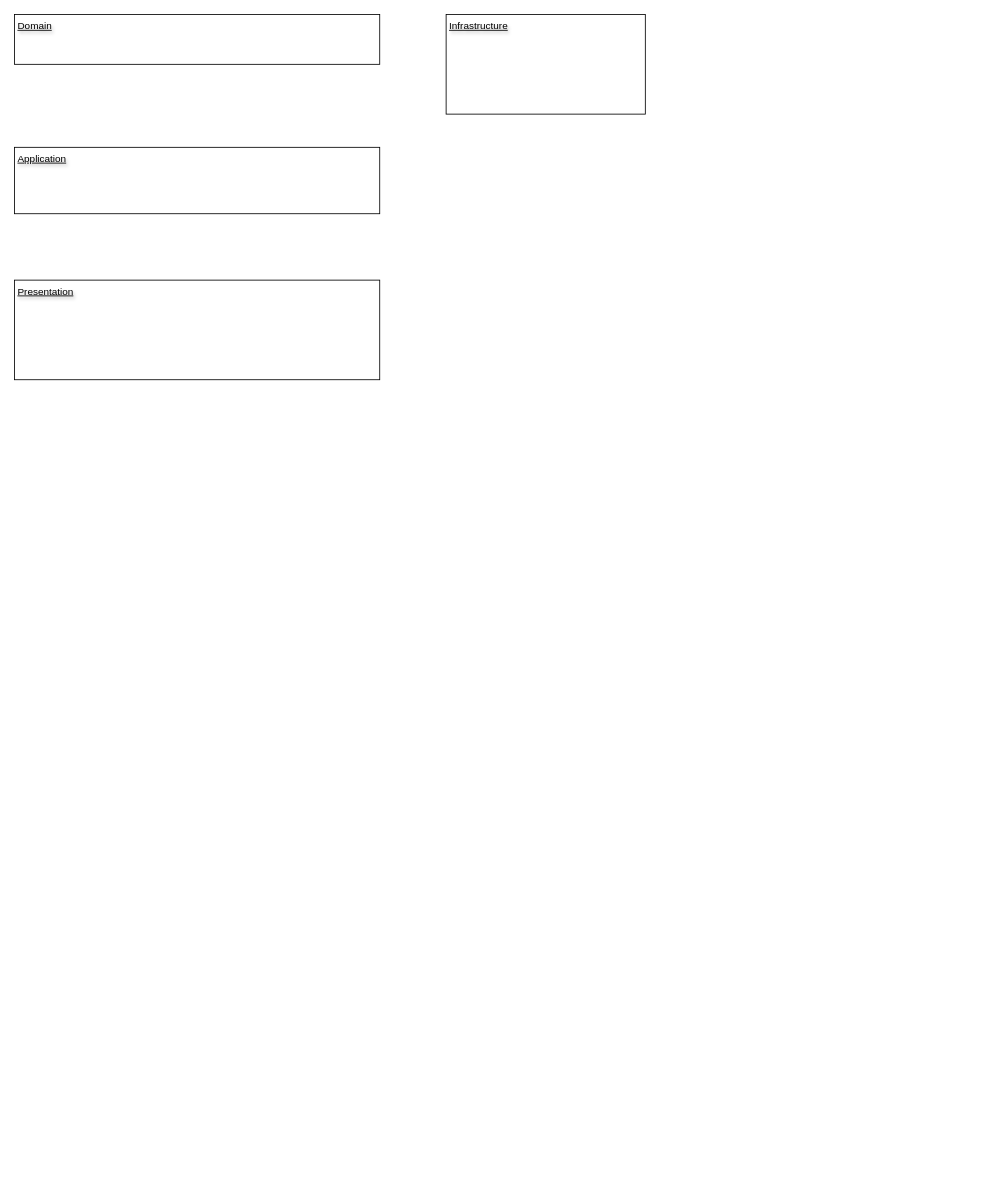
Earlier version of the draw.io diagram books/ushibutatory-gamedev-5/architecture.drawio (ushibutatory/tech-images). Source tidied: cells renumbered, new cells numbered last; positions are measured from the earlier drawing's top-left corner, leaving out a move shared by most shapes. Both pictures are drawn from the tidied source at 83%, with x=0, y=0 at pixel (14, 14).
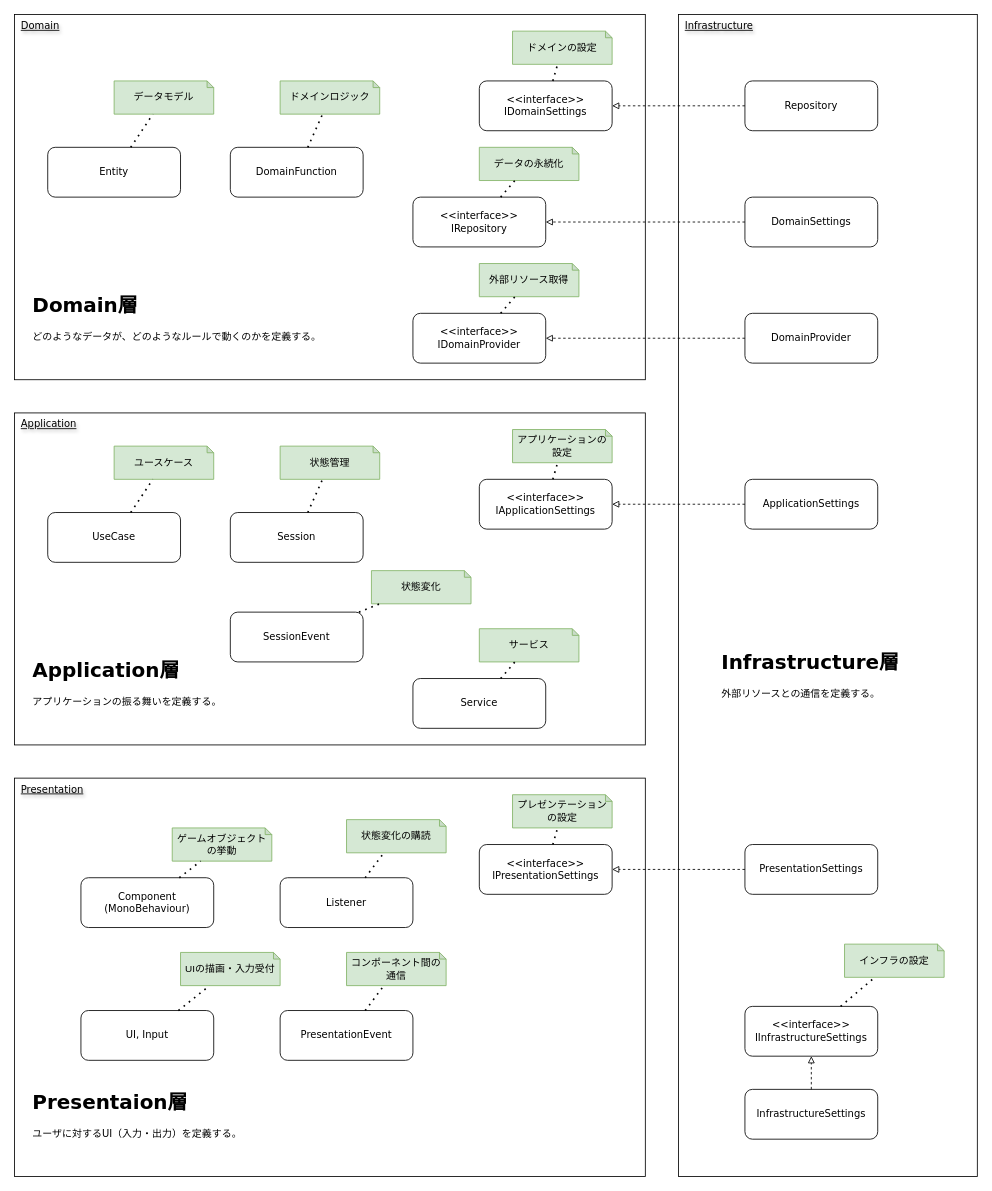
After the change.

What changed in the source:
```diff
@@
-    <mxCell id="2" value="Domain" style="rounded=0;html=1;verticalAlign=top;align=left;spacingTop=0;spacingLeft=2;fontStyle=4;labelBorderColor=none;labelBackgroundColor=none;textShadow=1;whiteSpace=wrap;fillColor=none;" parent="1" vertex="1">
-      <mxGeometry width="440" height="60" as="geometry" />
+    <mxCell id="2" value="Domain" style="rounded=0;html=1;verticalAlign=top;align=left;spacingTop=0;spacingLeft=6;fontStyle=4;labelBorderColor=none;labelBackgroundColor=none;textShadow=1;whiteSpace=wrap;fillColor=none;fontFamily=Verdana;" parent="1" vertex="1">
+      <mxGeometry width="760" height="440" as="geometry" />
     </mxCell>
-    <mxCell id="3" value="Application" style="rounded=0;html=1;verticalAlign=top;align=left;spacingTop=0;spacingLeft=2;fontStyle=4;labelBorderColor=none;labelBackgroundColor=none;textShadow=1;whiteSpace=wrap;fillColor=none;" parent="1" vertex="1">
-      <mxGeometry y="160" width="440" height="80" as="geometry" />
+    <mxCell id="3" value="Application" style="rounded=0;html=1;verticalAlign=top;align=left;spacingTop=0;spacingLeft=6;fontStyle=4;labelBorderColor=none;labelBackgroundColor=none;textShadow=1;whiteSpace=wrap;fillColor=none;fontFamily=Verdana;" parent="1" vertex="1">
+      <mxGeometry y="480" width="760" height="400" as="geometry" />
     </mxCell>
-    <mxCell id="4" value="Presentation" style="rounded=0;html=1;verticalAlign=top;align=left;spacingTop=0;spacingLeft=2;fontStyle=4;labelBorderColor=none;labelBackgroundColor=none;textShadow=1;whiteSpace=wrap;fillColor=none;" parent="1" vertex="1">
-      <mxGeometry y="320" width="440" height="120" as="geometry" />
+    <mxCell id="4" value="Presentation" style="rounded=0;html=1;verticalAlign=top;align=left;spacingTop=0;spacingLeft=6;fontStyle=4;labelBorderColor=none;labelBackgroundColor=none;textShadow=1;whiteSpace=wrap;fillColor=none;fontFamily=Verdana;" parent="1" vertex="1">
+      <mxGeometry y="920" width="760" height="480" as="geometry" />
     </mxCell>
-    <mxCell id="5" value="Infrastructure" style="rounded=0;html=1;verticalAlign=top;align=left;spacingTop=0;spacingLeft=2;fontStyle=4;labelBorderColor=none;labelBackgroundColor=none;textShadow=1;whiteSpace=wrap;fillColor=none;" parent="1" vertex="1">
-      <mxGeometry x="520" width="240" height="120" as="geometry" />
+    <mxCell id="5" value="Infrastructure" style="rounded=0;html=1;verticalAlign=top;align=left;spacingTop=0;spacingLeft=6;fontStyle=4;labelBorderColor=none;labelBackgroundColor=none;textShadow=1;whiteSpace=wrap;fillColor=none;fontFamily=Verdana;" parent="1" vertex="1">
+      <mxGeometry x="800" width="360" height="1400" as="geometry" />
     </mxCell>
+    <mxCell id="6" value="Entity" style="rounded=1;whiteSpace=wrap;html=1;fontFamily=Verdana;" parent="1" vertex="1">
+      <mxGeometry x="40" y="160" width="160" height="60" as="geometry" />
+    </mxCell>
+    <mxCell id="7" value="DomainFunction" style="rounded=1;whiteSpace=wrap;html=1;fontFamily=Verdana;" parent="1" vertex="1">
+      <mxGeometry x="260" y="160" width="160" height="60" as="geometry" />
+    </mxCell>
+    <mxCell id="8" value="&amp;lt;&amp;lt;interface&amp;gt;&amp;gt;&lt;br&gt;IRepository" style="rounded=1;whiteSpace=wrap;html=1;fontFamily=Verdana;" parent="1" vertex="1">
+      <mxGeometry x="480" y="220" width="160" height="60" as="geometry" />
+    </mxCell>
+    <mxCell id="9" value="&amp;lt;&amp;lt;interface&amp;gt;&amp;gt;&lt;br&gt;IDomainSettings" style="rounded=1;whiteSpace=wrap;html=1;fontFamily=Verdana;" parent="1" vertex="1">
+      <mxGeometry x="560" y="80" width="160" height="60" as="geometry" />
+    </mxCell>
+    <mxCell id="10" value="&amp;lt;&amp;lt;interface&amp;gt;&amp;gt;&lt;br&gt;IDomainProvider" style="rounded=1;whiteSpace=wrap;html=1;fontFamily=Verdana;" parent="1" vertex="1">
+      <mxGeometry x="480" y="360" width="160" height="60" as="geometry" />
+    </mxCell>
+    <mxCell id="11" value="UseCase" style="rounded=1;whiteSpace=wrap;html=1;fontFamily=Verdana;" parent="1" vertex="1">
+      <mxGeometry x="40" y="600" width="160" height="60" as="geometry" />
+    </mxCell>
+    <mxCell id="12" value="Service" style="rounded=1;whiteSpace=wrap;html=1;fontFamily=Verdana;" parent="1" vertex="1">
+      <mxGeometry x="480" y="800" width="160" height="60" as="geometry" />
+    </mxCell>
+    <mxCell id="13" value="Session" style="rounded=1;whiteSpace=wrap;html=1;fontFamily=Verdana;" parent="1" vertex="1">
+      <mxGeometry x="260" y="600" width="160" height="60" as="geometry" />
+    </mxCell>
+    <mxCell id="14" value="SessionEvent" style="rounded=1;whiteSpace=wrap;html=1;fontFamily=Verdana;" parent="1" vertex="1">
+      <mxGeometry x="260" y="720" width="160" height="60" as="geometry" />
+    </mxCell>
+    <mxCell id="15" value="&amp;lt;&amp;lt;interface&amp;gt;&amp;gt;&lt;br&gt;IApplicationSettings" style="rounded=1;whiteSpace=wrap;html=1;fontFamily=Verdana;" parent="1" vertex="1">
+      <mxGeometry x="560" y="560" width="160" height="60" as="geometry" />
+    </mxCell>
+    <mxCell id="16" value="Component&lt;br&gt;(MonoBehaviour)" style="rounded=1;whiteSpace=wrap;html=1;fontFamily=Verdana;" parent="1" vertex="1">
+      <mxGeometry x="80" y="1040" width="160" height="60" as="geometry" />
+    </mxCell>
+    <mxCell id="17" value="UI, Input" style="rounded=1;whiteSpace=wrap;html=1;fontFamily=Verdana;" parent="1" vertex="1">
+      <mxGeometry x="80" y="1200" width="160" height="60" as="geometry" />
+    </mxCell>
+    <mxCell id="18" value="PresentationEvent" style="rounded=1;whiteSpace=wrap;html=1;fontFamily=Verdana;" parent="1" vertex="1">
+      <mxGeometry x="320" y="1200" width="160" height="60" as="geometry" />
+    </mxCell>
+    <mxCell id="19" value="&amp;lt;&amp;lt;interface&amp;gt;&amp;gt;&lt;br&gt;IPresentationSettings" style="rounded=1;whiteSpace=wrap;html=1;fontFamily=Verdana;" parent="1" vertex="1">
+      <mxGeometry x="560" y="1000" width="160" height="60" as="geometry" />
+    </mxCell>
+    <mxCell id="20" value="Repository" style="rounded=1;whiteSpace=wrap;html=1;fontFamily=Verdana;" parent="1" vertex="1">
+      <mxGeometry x="880" y="80" width="160" height="60" as="geometry" />
+    </mxCell>
+    <mxCell id="21" value="DomainSettings" style="rounded=1;whiteSpace=wrap;html=1;fontFamily=Verdana;" parent="1" vertex="1">
+      <mxGeometry x="880" y="220" width="160" height="60" as="geometry" />
+    </mxCell>
+    <mxCell id="22" value="DomainProvider" style="rounded=1;whiteSpace=wrap;html=1;fontFamily=Verdana;" parent="1" vertex="1">
+      <mxGeometry x="880" y="360" width="160" height="60" as="geometry" />
+    </mxCell>
+    <mxCell id="23" value="ApplicationSettings" style="rounded=1;whiteSpace=wrap;html=1;fontFamily=Verdana;" parent="1" vertex="1">
+      <mxGeometry x="880" y="560" width="160" height="60" as="geometry" />
+    </mxCell>
+    <mxCell id="24" style="endArrow=block;html=1;dashed=1;endFill=0;" parent="1" edge="1" source="20" target="9">
+      <mxGeometry relative="1" as="geometry" />
+    </mxCell>
+    <mxCell id="25" style="endArrow=block;html=1;dashed=1;endFill=0;" parent="1" edge="1" source="21" target="8">
+      <mxGeometry relative="1" as="geometry" />
+    </mxCell>
+    <mxCell id="26" style="endArrow=block;html=1;dashed=1;endFill=0;" parent="1" edge="1" source="22" target="10">
+      <mxGeometry relative="1" as="geometry" />
+    </mxCell>
+    <mxCell id="27" style="endArrow=block;html=1;dashed=1;endFill=0;" parent="1" edge="1" source="23" target="15">
+      <mxGeometry relative="1" as="geometry" />
+    </mxCell>
+    <mxCell id="28" value="PresentationSettings" style="rounded=1;whiteSpace=wrap;html=1;fontFamily=Verdana;" parent="1" vertex="1">
+      <mxGeometry x="880" y="1000" width="160" height="60" as="geometry" />
+    </mxCell>
+    <mxCell id="29" style="endArrow=block;html=1;dashed=1;endFill=0;" parent="1" edge="1" source="28" target="19">
+      <mxGeometry relative="1" as="geometry" />
+    </mxCell>
+    <mxCell id="30" value="&amp;lt;&amp;lt;interface&amp;gt;&amp;gt;&lt;br&gt;IInfrastructureSettings" style="rounded=1;whiteSpace=wrap;html=1;fontFamily=Verdana;" parent="1" vertex="1">
+      <mxGeometry x="880" y="1195" width="160" height="60" as="geometry" />
+    </mxCell>
+    <mxCell id="31" value="InfrastructureSettings" style="rounded=1;whiteSpace=wrap;html=1;fontFamily=Verdana;" parent="1" vertex="1">
+      <mxGeometry x="880" y="1295" width="160" height="60" as="geometry" />
+    </mxCell>
+    <mxCell id="32" style="endArrow=block;html=1;dashed=1;endFill=0;" parent="1" edge="1" source="31" target="30">
+      <mxGeometry relative="1" as="geometry" />
+    </mxCell>
+    <mxCell id="33" value="Listener" style="rounded=1;whiteSpace=wrap;html=1;fontFamily=Verdana;" parent="1" vertex="1">
+      <mxGeometry x="320" y="1040" width="160" height="60" as="geometry" />
+    </mxCell>
+    <mxCell id="34" value="データモデル" style="shape=note;whiteSpace=wrap;html=1;backgroundOutline=1;darkOpacity=0.05;fillColor=#d5e8d4;strokeColor=#82b366;size=8;" parent="1" vertex="1">
+      <mxGeometry x="120" y="80" width="120" height="40" as="geometry" />
+    </mxCell>
+    <mxCell id="35" value="ドメインロジック" style="shape=note;whiteSpace=wrap;html=1;backgroundOutline=1;darkOpacity=0.05;fillColor=#d5e8d4;strokeColor=#82b366;size=8;" parent="1" vertex="1">
+      <mxGeometry x="320" y="80" width="120" height="40" as="geometry" />
+    </mxCell>
+    <mxCell id="36" style="endArrow=none;dashed=1;html=1;dashPattern=1 3;strokeWidth=2;" parent="1" edge="1" source="6" target="34">
+      <mxGeometry relative="1" as="geometry" />
+    </mxCell>
+    <mxCell id="37" style="endArrow=none;dashed=1;html=1;dashPattern=1 3;strokeWidth=2;" parent="1" edge="1" source="7" target="35">
+      <mxGeometry relative="1" as="geometry" />
+    </mxCell>
+    <mxCell id="38" value="ユースケース" style="shape=note;whiteSpace=wrap;html=1;backgroundOutline=1;darkOpacity=0.05;fillColor=#d5e8d4;strokeColor=#82b366;size=8;" parent="1" vertex="1">
+      <mxGeometry x="120" y="520" width="120" height="40" as="geometry" />
+    </mxCell>
+    <mxCell id="39" style="endArrow=none;dashed=1;html=1;dashPattern=1 3;strokeWidth=2;" parent="1" edge="1" source="11" target="38">
+      <mxGeometry relative="1" as="geometry" />
+    </mxCell>
+    <mxCell id="40" value="状態管理" style="shape=note;whiteSpace=wrap;html=1;backgroundOutline=1;darkOpacity=0.05;fillColor=#d5e8d4;strokeColor=#82b366;size=8;" parent="1" vertex="1">
+      <mxGeometry x="320" y="520" width="120" height="40" as="geometry" />
+    </mxCell>
+    <mxCell id="41" style="endArrow=none;dashed=1;html=1;dashPattern=1 3;strokeWidth=2;" parent="1" edge="1" source="13" target="40">
+      <mxGeometry relative="1" as="geometry" />
+    </mxCell>
+    <mxCell id="42" value="状態変化" style="shape=note;whiteSpace=wrap;html=1;backgroundOutline=1;darkOpacity=0.05;fillColor=#d5e8d4;strokeColor=#82b366;size=8;" parent="1" vertex="1">
+      <mxGeometry x="430" y="670" width="120" height="40" as="geometry" />
+    </mxCell>
+    <mxCell id="43" style="endArrow=none;dashed=1;html=1;dashPattern=1 3;strokeWidth=2;" parent="1" edge="1" source="14" target="42">
+      <mxGeometry relative="1" as="geometry" />
+    </mxCell>
+    <mxCell id="44" value="サービス" style="shape=note;whiteSpace=wrap;html=1;backgroundOutline=1;darkOpacity=0.05;fillColor=#d5e8d4;strokeColor=#82b366;size=8;" parent="1" vertex="1">
+      <mxGeometry x="560" y="740" width="120" height="40" as="geometry" />
+    </mxCell>
+    <mxCell id="45" style="endArrow=none;dashed=1;html=1;dashPattern=1 3;strokeWidth=2;" parent="1" edge="1" source="12" target="44">
+      <mxGeometry relative="1" as="geometry" />
+    </mxCell>
+    <mxCell id="46" value="ゲームオブジェクトの挙動" style="shape=note;whiteSpace=wrap;html=1;backgroundOutline=1;darkOpacity=0.05;fillColor=#d5e8d4;strokeColor=#82b366;size=8;" parent="1" vertex="1">
+      <mxGeometry x="190" y="980" width="120" height="40" as="geometry" />
+    </mxCell>
+    <mxCell id="47" style="endArrow=none;dashed=1;html=1;dashPattern=1 3;strokeWidth=2;" parent="1" edge="1" source="16" target="46">
+      <mxGeometry relative="1" as="geometry" />
+    </mxCell>
+    <mxCell id="48" value="状態変化の購読" style="shape=note;whiteSpace=wrap;html=1;backgroundOutline=1;darkOpacity=0.05;fillColor=#d5e8d4;strokeColor=#82b366;size=8;" parent="1" vertex="1">
+      <mxGeometry x="400" y="970" width="120" height="40" as="geometry" />
+    </mxCell>
+    <mxCell id="49" style="endArrow=none;dashed=1;html=1;dashPattern=1 3;strokeWidth=2;" parent="1" edge="1" source="33" target="48">
+      <mxGeometry relative="1" as="geometry" />
+    </mxCell>
+    <mxCell id="50" value="コンポーネント間の通信" style="shape=note;whiteSpace=wrap;html=1;backgroundOutline=1;darkOpacity=0.05;fillColor=#d5e8d4;strokeColor=#82b366;size=8;" parent="1" vertex="1">
+      <mxGeometry x="400" y="1130" width="120" height="40" as="geometry" />
+    </mxCell>
+    <mxCell id="51" style="endArrow=none;dashed=1;html=1;dashPattern=1 3;strokeWidth=2;" parent="1" edge="1" source="18" target="50">
+      <mxGeometry relative="1" as="geometry" />
+    </mxCell>
+    <mxCell id="52" value="UIの描画・入力受付" style="shape=note;whiteSpace=wrap;html=1;backgroundOutline=1;darkOpacity=0.05;fillColor=#d5e8d4;strokeColor=#82b366;size=8;" parent="1" vertex="1">
+      <mxGeometry x="200" y="1130" width="120" height="40" as="geometry" />
+    </mxCell>
+    <mxCell id="53" style="endArrow=none;dashed=1;html=1;dashPattern=1 3;strokeWidth=2;" parent="1" edge="1" source="17" target="52">
+      <mxGeometry relative="1" as="geometry" />
+    </mxCell>
+    <mxCell id="54" value="ドメインの設定" style="shape=note;whiteSpace=wrap;html=1;backgroundOutline=1;darkOpacity=0.05;fillColor=#d5e8d4;strokeColor=#82b366;size=8;" parent="1" vertex="1">
+      <mxGeometry x="600" y="20" width="120" height="40" as="geometry" />
+    </mxCell>
+    <mxCell id="55" style="endArrow=none;dashed=1;html=1;dashPattern=1 3;strokeWidth=2;" parent="1" edge="1" source="9" target="54">
+      <mxGeometry relative="1" as="geometry" />
+    </mxCell>
+    <mxCell id="56" value="データの永続化" style="shape=note;whiteSpace=wrap;html=1;backgroundOutline=1;darkOpacity=0.05;fillColor=#d5e8d4;strokeColor=#82b366;size=8;" parent="1" vertex="1">
+      <mxGeometry x="560" y="160" width="120" height="40" as="geometry" />
+    </mxCell>
+    <mxCell id="57" style="endArrow=none;dashed=1;html=1;dashPattern=1 3;strokeWidth=2;" parent="1" edge="1" source="8" target="56">
+      <mxGeometry relative="1" as="geometry" />
+    </mxCell>
+    <mxCell id="58" value="外部リソース取得" style="shape=note;whiteSpace=wrap;html=1;backgroundOutline=1;darkOpacity=0.05;fillColor=#d5e8d4;strokeColor=#82b366;size=8;" parent="1" vertex="1">
+      <mxGeometry x="560" y="300" width="120" height="40" as="geometry" />
+    </mxCell>
+    <mxCell id="59" style="endArrow=none;dashed=1;html=1;dashPattern=1 3;strokeWidth=2;" parent="1" edge="1" source="10" target="58">
+      <mxGeometry relative="1" as="geometry" />
+    </mxCell>
+    <mxCell id="60" value="アプリケーションの設定" style="shape=note;whiteSpace=wrap;html=1;backgroundOutline=1;darkOpacity=0.05;fillColor=#d5e8d4;strokeColor=#82b366;size=8;" parent="1" vertex="1">
+      <mxGeometry x="600" y="500" width="120" height="40" as="geometry" />
+    </mxCell>
+    <mxCell id="61" style="endArrow=none;dashed=1;html=1;dashPattern=1 3;strokeWidth=2;" parent="1" edge="1" source="15" target="60">
+      <mxGeometry relative="1" as="geometry" />
+    </mxCell>
+    <mxCell id="62" value="プレゼンテーションの設定" style="shape=note;whiteSpace=wrap;html=1;backgroundOutline=1;darkOpacity=0.05;fillColor=#d5e8d4;strokeColor=#82b366;size=8;" parent="1" vertex="1">
+      <mxGeometry x="600" y="940" width="120" height="40" as="geometry" />
+    </mxCell>
+    <mxCell id="63" style="endArrow=none;dashed=1;html=1;dashPattern=1 3;strokeWidth=2;" parent="1" edge="1" source="19" target="62">
+      <mxGeometry relative="1" as="geometry" />
+    </mxCell>
+    <mxCell id="64" value="インフラの設定" style="shape=note;whiteSpace=wrap;html=1;backgroundOutline=1;darkOpacity=0.05;fillColor=#d5e8d4;strokeColor=#82b366;size=8;" parent="1" vertex="1">
+      <mxGeometry x="1000" y="1120" width="120" height="40" as="geometry" />
+    </mxCell>
+    <mxCell id="65" style="endArrow=none;dashed=1;html=1;dashPattern=1 3;strokeWidth=2;" parent="1" edge="1" source="30" target="64">
+      <mxGeometry relative="1" as="geometry" />
+    </mxCell>
+    <mxCell id="66" value="&lt;h1 style=&quot;margin-top: 0px;&quot;&gt;Domain層&lt;/h1&gt;&lt;p&gt;どのようなデータが、どのようなルールで動くのかを定義する。&lt;/p&gt;" style="text;html=1;whiteSpace=wrap;overflow=hidden;rounded=0;fontFamily=Verdana;" parent="1" vertex="1">
+      <mxGeometry x="20" y="330" width="370" height="90" as="geometry" />
+    </mxCell>
+    <mxCell id="67" value="&lt;h1 style=&quot;margin-top: 0px;&quot;&gt;Application層&lt;/h1&gt;&lt;p&gt;アプリケーションの振る舞いを定義する。&lt;/p&gt;" style="text;html=1;whiteSpace=wrap;overflow=hidden;rounded=0;fontFamily=Verdana;" parent="1" vertex="1">
+      <mxGeometry x="20" y="770" width="290" height="90" as="geometry" />
+    </mxCell>
+    <mxCell id="68" value="&lt;h1 style=&quot;margin-top: 0px;&quot;&gt;Presentaion層&lt;/h1&gt;&lt;p&gt;ユーザに対するUI（入力・出力）を定義する。&lt;/p&gt;" style="text;html=1;whiteSpace=wrap;overflow=hidden;rounded=0;fontFamily=Verdana;" parent="1" vertex="1">
+      <mxGeometry x="20" y="1290" width="290" height="90" as="geometry" />
+    </mxCell>
+    <mxCell id="69" value="&lt;h1 style=&quot;margin-top: 0px;&quot;&gt;Infrastructure層&lt;/h1&gt;&lt;p&gt;外部リソースとの通信を定義する。&lt;/p&gt;" style="text;html=1;whiteSpace=wrap;overflow=hidden;rounded=0;fontFamily=Verdana;" parent="1" vertex="1">
+      <mxGeometry x="850" y="760" width="290" height="90" as="geometry" />
+    </mxCell>
```
